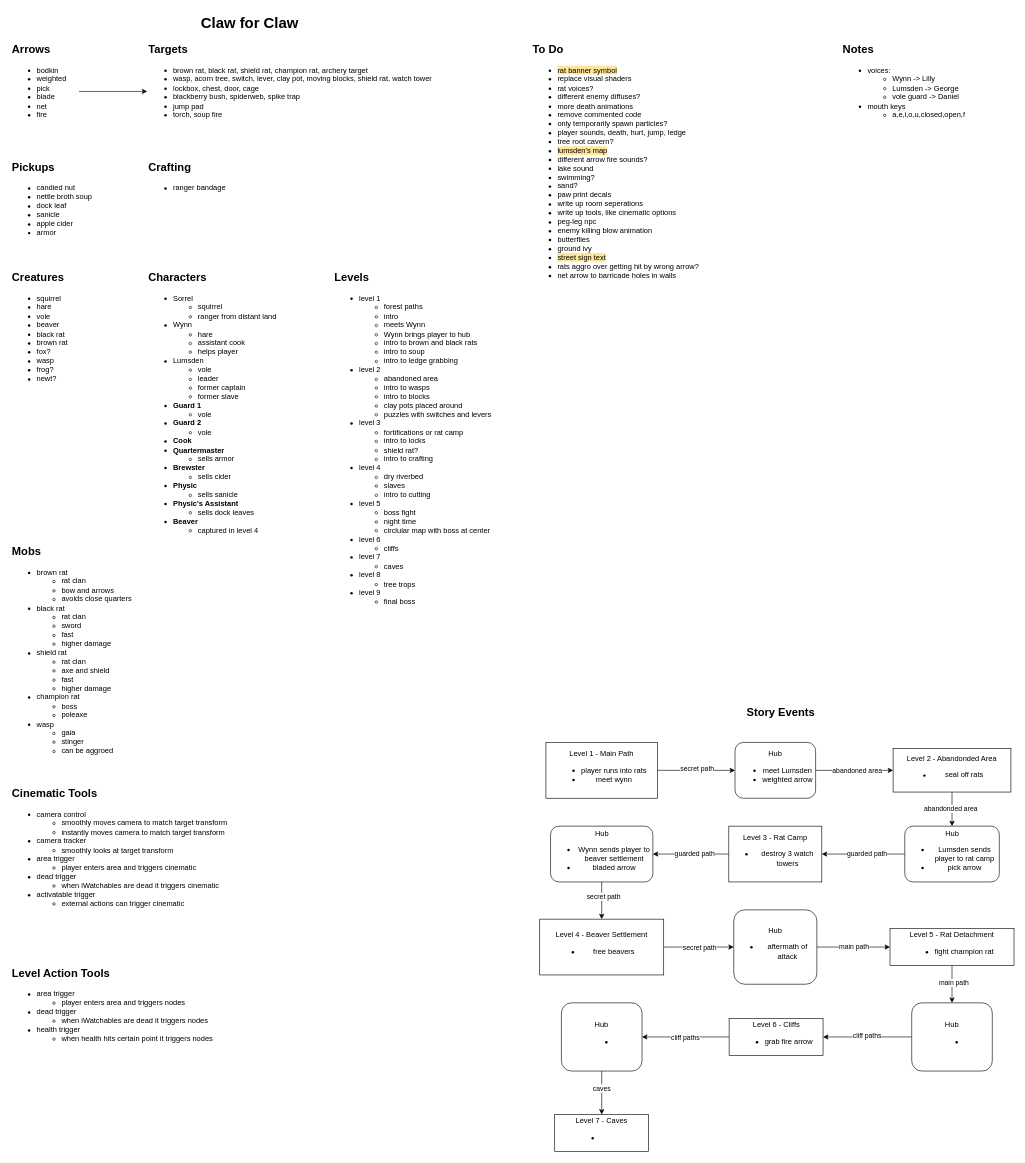
camerondedore/Godot-Project-3 keeps this draw.io diagram as Planning/design-doc.drawio. Above is the earlier version. Source tidied: cells renumbered, new cells numbered last; positions are measured from the earlier drawing's top-left corner, leaving out a move shared by most shapes. Both pictures are drawn from the tidied source at 62%, with x=0, y=0 at pixel (11, 11).
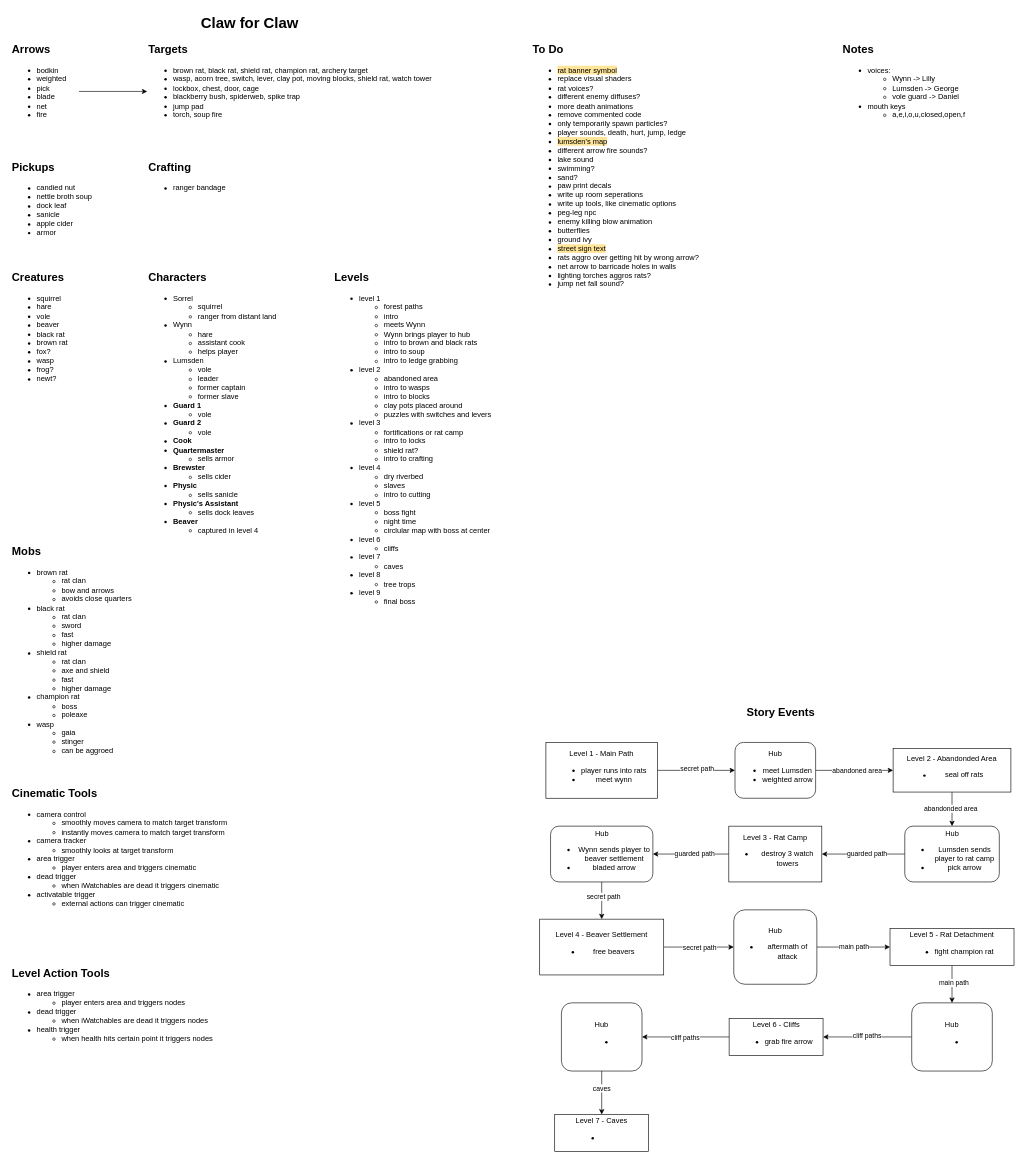
The same diagram, later.

The edit, as a diff of the source:
```diff
@@
-    <mxCell id="19" value="&lt;ul&gt;&lt;li&gt;&lt;span style=&quot;background-color: rgb(255, 229, 153);&quot;&gt;rat banner symbol&lt;/span&gt;&lt;/li&gt;&lt;li&gt;&lt;span style=&quot;background-color: transparent; color: light-dark(rgb(0, 0, 0), rgb(255, 255, 255));&quot;&gt;replace visual shaders&lt;/span&gt;&lt;/li&gt;&lt;li&gt;rat voices?&lt;/li&gt;&lt;li&gt;different enemy diffuses?&lt;/li&gt;&lt;li&gt;more death animations&lt;/li&gt;&lt;li&gt;&lt;span style=&quot;background-color: transparent; color: light-dark(rgb(0, 0, 0), rgb(255, 255, 255));&quot;&gt;remove commented code&lt;/span&gt;&lt;/li&gt;&lt;li&gt;only temporarily spawn particles?&lt;/li&gt;&lt;li&gt;player sounds, death, hurt, jump, ledge&lt;/li&gt;&lt;li&gt;tree root cavern?&lt;/li&gt;&lt;li&gt;&lt;font style=&quot;color: rgb(0, 0, 0); background-color: rgb(255, 229, 153);&quot;&gt;lumsden's map&lt;/font&gt;&lt;/li&gt;&lt;li&gt;different arrow fire sounds?&lt;/li&gt;&lt;li&gt;lake sound&lt;/li&gt;&lt;li&gt;swimming?&lt;/li&gt;&lt;li&gt;&lt;span&gt;sand&lt;/span&gt;?&lt;/li&gt;&lt;li&gt;paw print decals&lt;/li&gt;&lt;li&gt;&lt;span style=&quot;background-color: transparent; color: light-dark(rgb(0, 0, 0), rgb(255, 255, 255));&quot;&gt;write up room seperations&lt;/span&gt;&lt;/li&gt;&lt;li&gt;write up tools, like cinematic options&lt;/li&gt;&lt;li&gt;peg-leg npc&lt;/li&gt;&lt;li&gt;enemy killing blow animation&lt;/li&gt;&lt;li&gt;butterflies&lt;/li&gt;&lt;li&gt;ground ivy&lt;/li&gt;&lt;li&gt;&lt;span style=&quot;background-color: rgb(255, 229, 153);&quot;&gt;street sign text&lt;/span&gt;&lt;/li&gt;&lt;li&gt;&lt;span&gt;rats aggro over getting hit by wrong arrow?&lt;/span&gt;&lt;/li&gt;&lt;li&gt;net arrow to barricade holes in walls&lt;/li&gt;&lt;/ul&gt;" style="text;html=1;align=left;verticalAlign=top;whiteSpace=wrap;rounded=0;" parent="1" vertex="1">
+    <mxCell id="19" value="&lt;ul&gt;&lt;li&gt;&lt;span style=&quot;background-color: rgb(255, 229, 153);&quot;&gt;rat banner symbol&lt;/span&gt;&lt;/li&gt;&lt;li&gt;&lt;span style=&quot;background-color: transparent; color: light-dark(rgb(0, 0, 0), rgb(255, 255, 255));&quot;&gt;replace visual shaders&lt;/span&gt;&lt;/li&gt;&lt;li&gt;rat voices?&lt;/li&gt;&lt;li&gt;different enemy diffuses?&lt;/li&gt;&lt;li&gt;more death animations&lt;/li&gt;&lt;li&gt;&lt;span style=&quot;background-color: transparent; color: light-dark(rgb(0, 0, 0), rgb(255, 255, 255));&quot;&gt;remove commented code&lt;/span&gt;&lt;/li&gt;&lt;li&gt;only temporarily spawn particles?&lt;/li&gt;&lt;li&gt;player sounds, death, hurt, jump, ledge&lt;/li&gt;&lt;li&gt;&lt;font style=&quot;color: rgb(0, 0, 0); background-color: rgb(255, 229, 153);&quot;&gt;lumsden's map&lt;/font&gt;&lt;/li&gt;&lt;li&gt;different arrow fire sounds?&lt;/li&gt;&lt;li&gt;lake sound&lt;/li&gt;&lt;li&gt;swimming?&lt;/li&gt;&lt;li&gt;&lt;span&gt;sand&lt;/span&gt;?&lt;/li&gt;&lt;li&gt;paw print decals&lt;/li&gt;&lt;li&gt;&lt;span style=&quot;background-color: transparent; color: light-dark(rgb(0, 0, 0), rgb(255, 255, 255));&quot;&gt;write up room seperations&lt;/span&gt;&lt;/li&gt;&lt;li&gt;write up tools, like cinematic options&lt;/li&gt;&lt;li&gt;peg-leg npc&lt;/li&gt;&lt;li&gt;enemy killing blow animation&lt;/li&gt;&lt;li&gt;butterflies&lt;/li&gt;&lt;li&gt;ground ivy&lt;/li&gt;&lt;li&gt;&lt;span style=&quot;background-color: rgb(255, 229, 153);&quot;&gt;street sign text&lt;/span&gt;&lt;/li&gt;&lt;li&gt;&lt;span&gt;rats aggro over getting hit by wrong arrow?&lt;/span&gt;&lt;/li&gt;&lt;li&gt;net arrow to barricade holes in walls&lt;/li&gt;&lt;li&gt;lighting torches aggros rats?&lt;/li&gt;&lt;li&gt;jump net fall sound?&lt;/li&gt;&lt;/ul&gt;" style="text;html=1;align=left;verticalAlign=top;whiteSpace=wrap;rounded=0;" parent="1" vertex="1">
       <mxGeometry x="840" y="70" width="280" height="520" as="geometry" />
     </mxCell>
```
